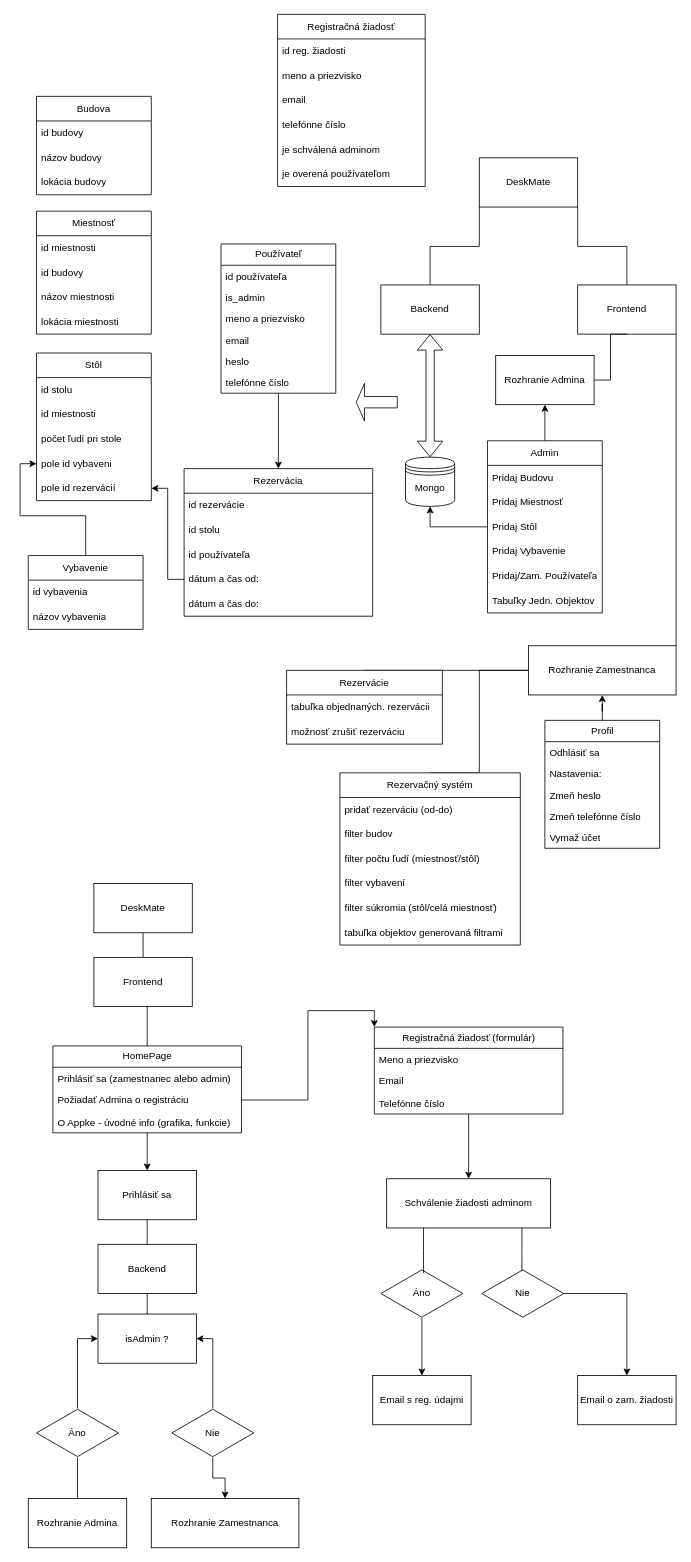
This is DeskMate.drawio from petocjshtml/DeskMate, a draw.io file, before an edit. Source tidied: cells renumbered, new cells numbered last; positions are measured from the earlier drawing's top-left corner, leaving out a move shared by most shapes. Both pictures are drawn from the tidied source at 82%, with x=0, y=0 at pixel (28, 14).
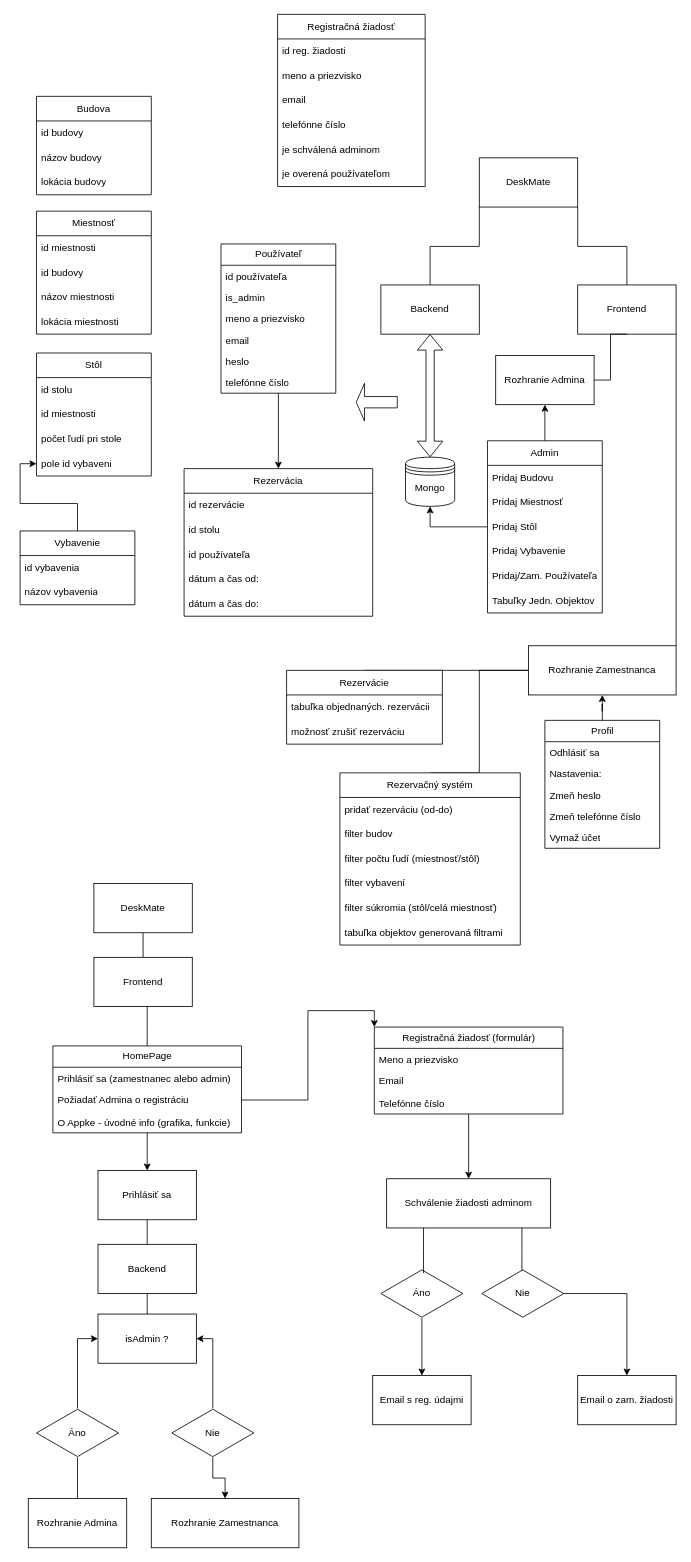
The same diagram, later.

Unchanged cells that the change refers to:
```xml
<mxCell id="97" value="dátum a čas od:" style="text;strokeColor=none;fillColor=none;align=left;verticalAlign=middle;spacingLeft=4;spacingRight=4;overflow=hidden;points=[[0,0.5],[1,0.5]];portConstraint=eastwest;whiteSpace=wrap;html=1;" parent="93" vertex="1">
  <mxGeometry y="120" width="230" height="30" as="geometry" />
</mxCell>
```

What changed in the source:
```diff
@@
     <mxCell id="90" value="Vybavenie" style="swimlane;fontStyle=0;horizontal=1;startSize=30;whiteSpace=wrap;html=1;" parent="1" vertex="1">
-      <mxGeometry y="660" width="140" height="90" as="geometry" />
+      <mxGeometry x="-10" y="630" width="140" height="90" as="geometry" />
     </mxCell>
@@
     <mxCell id="125" value="Stôl" style="swimlane;fontStyle=0;horizontal=1;startSize=30;whiteSpace=wrap;html=1;" parent="1" vertex="1">
-      <mxGeometry x="10" y="413" width="140" height="180" as="geometry" />
+      <mxGeometry x="10" y="413" width="140" height="150" as="geometry" />
     </mxCell>
@@
-    <mxCell id="130" value="pole id rezervácií" style="text;strokeColor=none;fillColor=none;align=left;verticalAlign=middle;spacingLeft=4;spacingRight=4;overflow=hidden;points=[[0,0.5],[1,0.5]];portConstraint=eastwest;whiteSpace=wrap;html=1;" parent="125" vertex="1">
-      <mxGeometry y="150" width="140" height="30" as="geometry" />
-    </mxCell>
-    <mxCell id="131" style="edgeStyle=orthogonalEdgeStyle;rounded=0;jettySize=auto;html=1;entryX=1;entryY=0.5;entryDx=0;entryDy=0;" parent="1" edge="1" source="97" target="130">
-      <mxGeometry relative="1" as="geometry" />
-    </mxCell>
```
